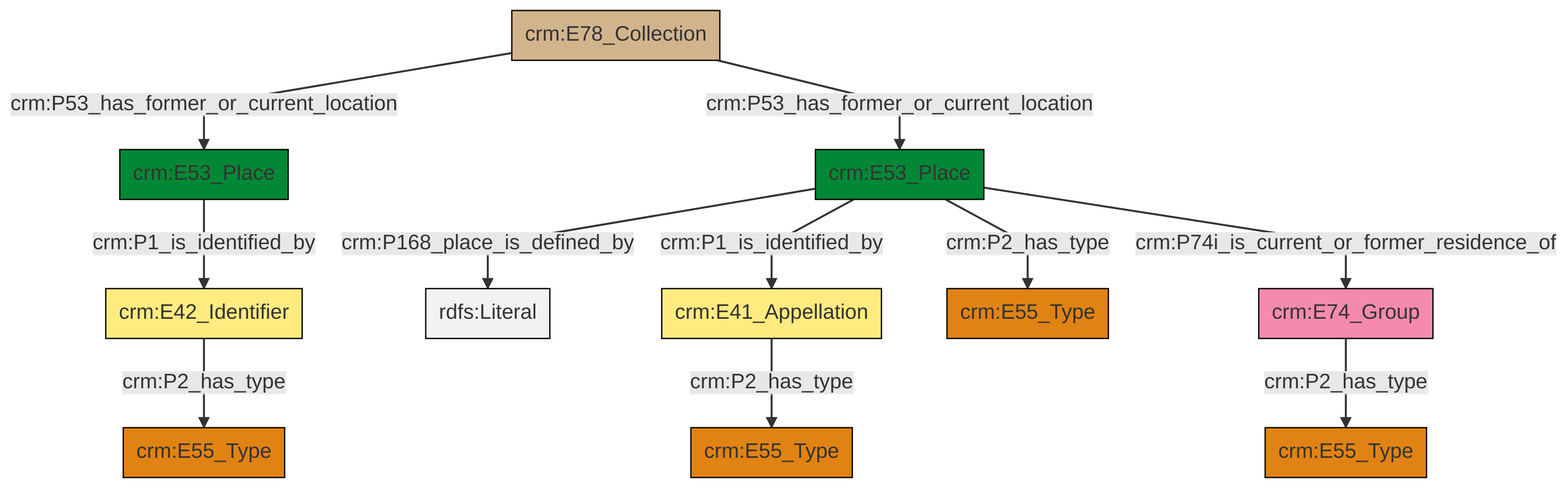
Earlier version of the Mermaid export et/archivalCSV/ttl/mmd/png/archival_location.png (swiss-art-research-net/docs.swissartresearch). Its source is kept beside it as et/archivalCSV/ttl/mmd/archival_location.ttl.mmd.
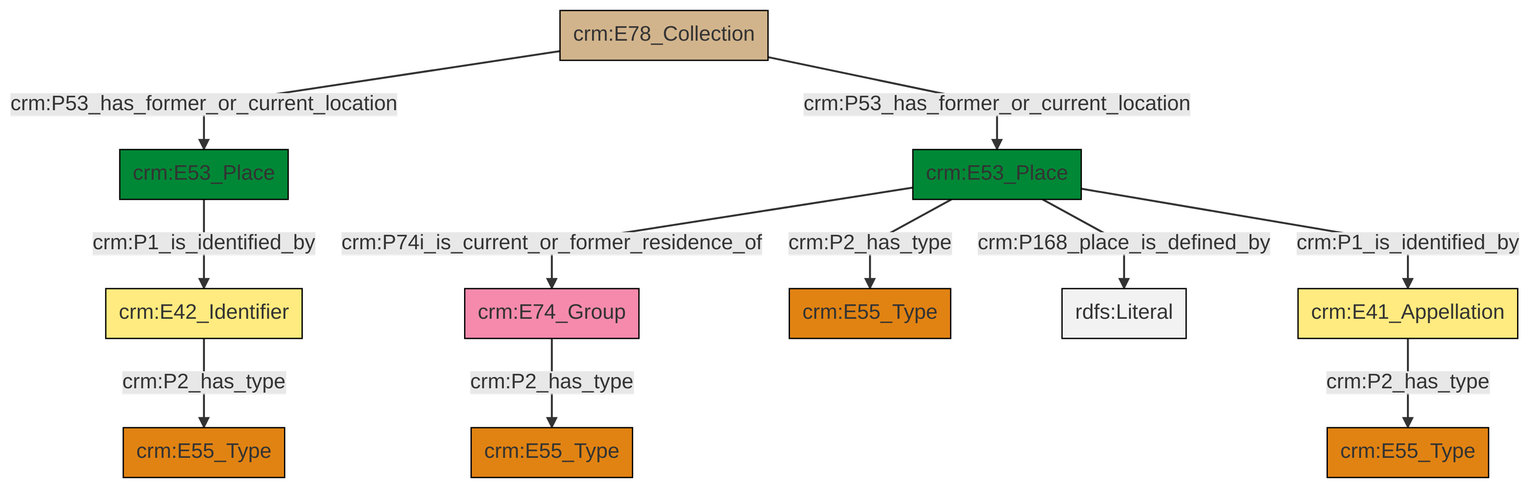
After the commit.

Diff of the diagram source:
```diff
@@ -13,13 +13,13 @@
 classDef PC_Classes fill:#4ce600, stroke:#000000;
 classDef Multi fill:#cccccc,stroke:#000000;
 
-0["crm:E78_Collection"]:::Physical_Thing -->|crm:P53_has_former_or_current_location| 1["crm:E53_Place"]:::Place
-2["crm:E53_Place"]:::Place -->|crm:P168_place_is_defined_by| 3[rdfs:Literal]:::Literal
-1["crm:E53_Place"]:::Place -->|crm:P1_is_identified_by| 4["crm:E42_Identifier"]:::Appellation
-0["crm:E78_Collection"]:::Physical_Thing -->|crm:P53_has_former_or_current_location| 2["crm:E53_Place"]:::Place
-10["crm:E41_Appellation"]:::Appellation -->|crm:P2_has_type| 12["crm:E55_Type"]:::Type
-2["crm:E53_Place"]:::Place -->|crm:P1_is_identified_by| 10["crm:E41_Appellation"]:::Appellation
-13["crm:E74_Group"]:::Actor -->|crm:P2_has_type| 5["crm:E55_Type"]:::Type
-2["crm:E53_Place"]:::Place -->|crm:P2_has_type| 15["crm:E55_Type"]:::Type
-4["crm:E42_Identifier"]:::Appellation -->|crm:P2_has_type| 7["crm:E55_Type"]:::Type
-2["crm:E53_Place"]:::Place -->|crm:P74i_is_current_or_former_residence_of| 13["crm:E74_Group"]:::Actor
+6["crm:E74_Group"]:::Actor -->|crm:P2_has_type| 7["crm:E55_Type"]:::Type
+8["crm:E41_Appellation"]:::Appellation -->|crm:P2_has_type| 2["crm:E55_Type"]:::Type
+4["crm:E53_Place"]:::Place -->|crm:P2_has_type| 9["crm:E55_Type"]:::Type
+4["crm:E53_Place"]:::Place -->|crm:P168_place_is_defined_by| 14[rdfs:Literal]:::Literal
+4["crm:E53_Place"]:::Place -->|crm:P74i_is_current_or_former_residence_of| 6["crm:E74_Group"]:::Actor
+17["crm:E78_Collection"]:::Physical_Thing -->|crm:P53_has_former_or_current_location| 19["crm:E53_Place"]:::Place
+15["crm:E42_Identifier"]:::Appellation -->|crm:P2_has_type| 0["crm:E55_Type"]:::Type
+4["crm:E53_Place"]:::Place -->|crm:P1_is_identified_by| 8["crm:E41_Appellation"]:::Appellation
+17["crm:E78_Collection"]:::Physical_Thing -->|crm:P53_has_former_or_current_location| 4["crm:E53_Place"]:::Place
+19["crm:E53_Place"]:::Place -->|crm:P1_is_identified_by| 15["crm:E42_Identifier"]:::Appellation
```
